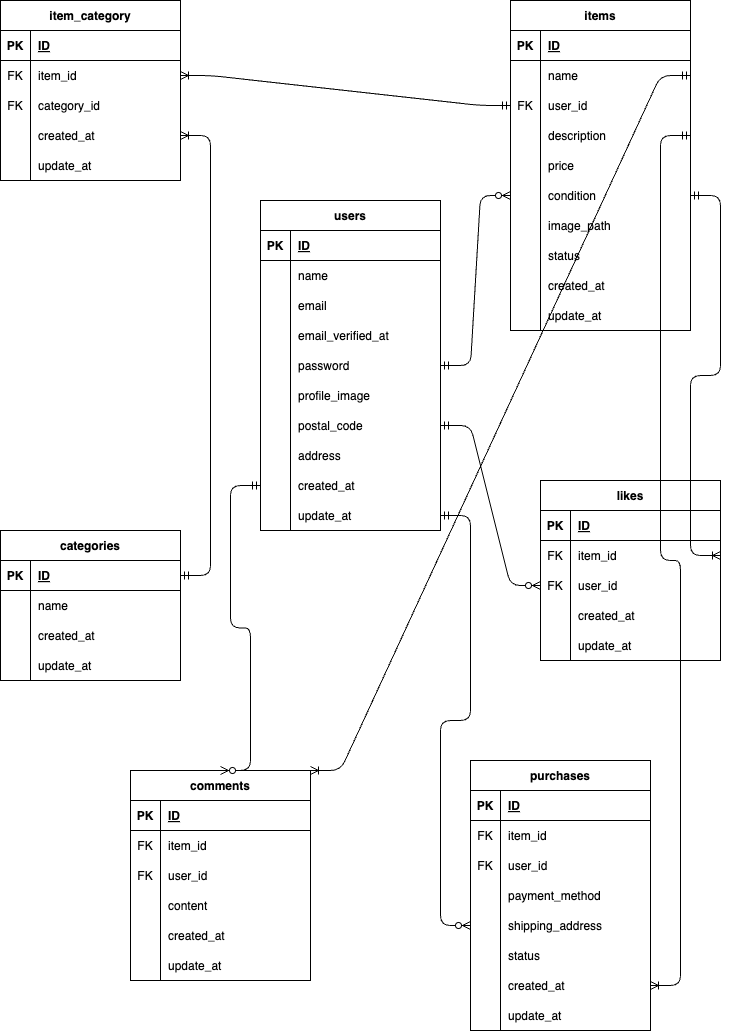
Kizuna42/-app keeps this draw.io diagram as index.drawio.png. Above is the earlier version. Source tidied: cells renumbered, new cells last; positions are measured from the earlier drawing's top-left corner, leaving out a move shared by most shapes.
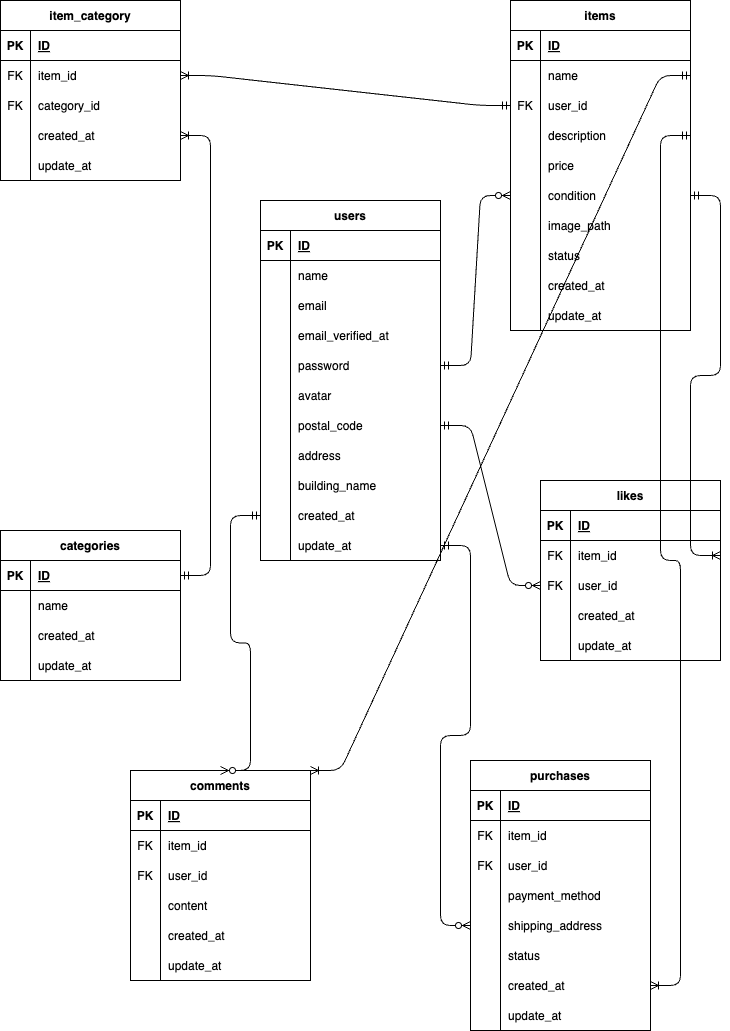
After the commit.

Change to the diagram source:
```diff
@@ -3,7 +3,7 @@
     <mxCell id="0" />
     <mxCell id="1" parent="0" />
     <mxCell id="2" value="users" style="shape=table;startSize=30;rowLines=0;fontStyle=1;align=center;" parent="1" vertex="1">
-      <mxGeometry x="260" y="200" width="180" height="330" as="geometry" />
+      <mxGeometry x="260" y="200" width="180" height="360" as="geometry" />
     </mxCell>
     <mxCell id="3" style="shape=tableRow;horizontal=0;startSize=0;swimlaneHead=0;swimlaneBody=0;fillColor=none;top=0;left=0;right=0;bottom=1;" parent="2" vertex="1">
       <mxGeometry y="30" width="180" height="30" as="geometry" />
@@ -56,7 +56,7 @@
     <mxCell id="19" style="shape=partialRectangle;fillColor=none;top=0;left=0;bottom=0;right=0;overflow=hidden;" parent="18" vertex="1">
       <mxGeometry width="30" height="30" as="geometry" />
     </mxCell>
-    <mxCell id="20" value="profile_image" style="shape=partialRectangle;fillColor=none;top=0;left=0;bottom=0;right=0;align=left;spacingLeft=6;overflow=hidden;" parent="18" vertex="1">
+    <mxCell id="20" value="avatar" style="shape=partialRectangle;fillColor=none;top=0;left=0;bottom=0;right=0;align=left;spacingLeft=6;overflow=hidden;" parent="18" vertex="1">
       <mxGeometry x="30" width="150" height="30" as="geometry" />
     </mxCell>
     <mxCell id="21" style="shape=tableRow;horizontal=0;startSize=0;swimlaneHead=0;swimlaneBody=0;fillColor=none;points=[[0,0.5],[1,0.5]];portConstraint=eastwest;top=0;left=0;right=0;bottom=0;" parent="2" vertex="1">
@@ -77,8 +77,17 @@
     <mxCell id="26" value="address" style="shape=partialRectangle;fillColor=none;top=0;left=0;bottom=0;right=0;align=left;spacingLeft=6;overflow=hidden;" parent="24" vertex="1">
       <mxGeometry x="30" width="150" height="30" as="geometry" />
     </mxCell>
+    <mxCell id="162" style="shape=tableRow;horizontal=0;startSize=0;swimlaneHead=0;swimlaneBody=0;fillColor=none;top=0;left=0;right=0;bottom=0;" parent="2" vertex="1">
+      <mxGeometry y="270" width="180" height="30" as="geometry" />
+    </mxCell>
+    <mxCell id="163" style="shape=partialRectangle;fillColor=none;top=0;left=0;bottom=0;right=0;overflow=hidden;" parent="162" vertex="1">
+      <mxGeometry width="30" height="30" as="geometry" />
+    </mxCell>
+    <mxCell id="164" value="building_name" style="shape=partialRectangle;fillColor=none;top=0;left=0;bottom=0;right=0;align=left;spacingLeft=6;overflow=hidden;" parent="162" vertex="1">
+      <mxGeometry x="30" width="150" height="30" as="geometry" />
+    </mxCell>
     <mxCell id="27" style="shape=tableRow;horizontal=0;startSize=0;swimlaneHead=0;swimlaneBody=0;fillColor=none;points=[[0,0.5],[1,0.5]];portConstraint=eastwest;top=0;left=0;right=0;bottom=0;" parent="2" vertex="1">
-      <mxGeometry y="270" width="180" height="30" as="geometry" />
+      <mxGeometry y="300" width="180" height="30" as="geometry" />
     </mxCell>
     <mxCell id="28" style="shape=partialRectangle;fillColor=none;top=0;left=0;bottom=0;right=0;overflow=hidden;" parent="27" vertex="1">
       <mxGeometry width="30" height="30" as="geometry" />
@@ -87,7 +96,7 @@
       <mxGeometry x="30" width="150" height="30" as="geometry" />
     </mxCell>
     <mxCell id="30" style="shape=tableRow;horizontal=0;startSize=0;swimlaneHead=0;swimlaneBody=0;fillColor=none;points=[[0,0.5],[1,0.5]];portConstraint=eastwest;top=0;left=0;right=0;bottom=0;" parent="2" vertex="1">
-      <mxGeometry y="300" width="180" height="30" as="geometry" />
+      <mxGeometry y="330" width="180" height="30" as="geometry" />
     </mxCell>
     <mxCell id="31" style="shape=partialRectangle;fillColor=none;top=0;left=0;bottom=0;right=0;overflow=hidden;" parent="30" vertex="1">
       <mxGeometry width="30" height="30" as="geometry" />
```
